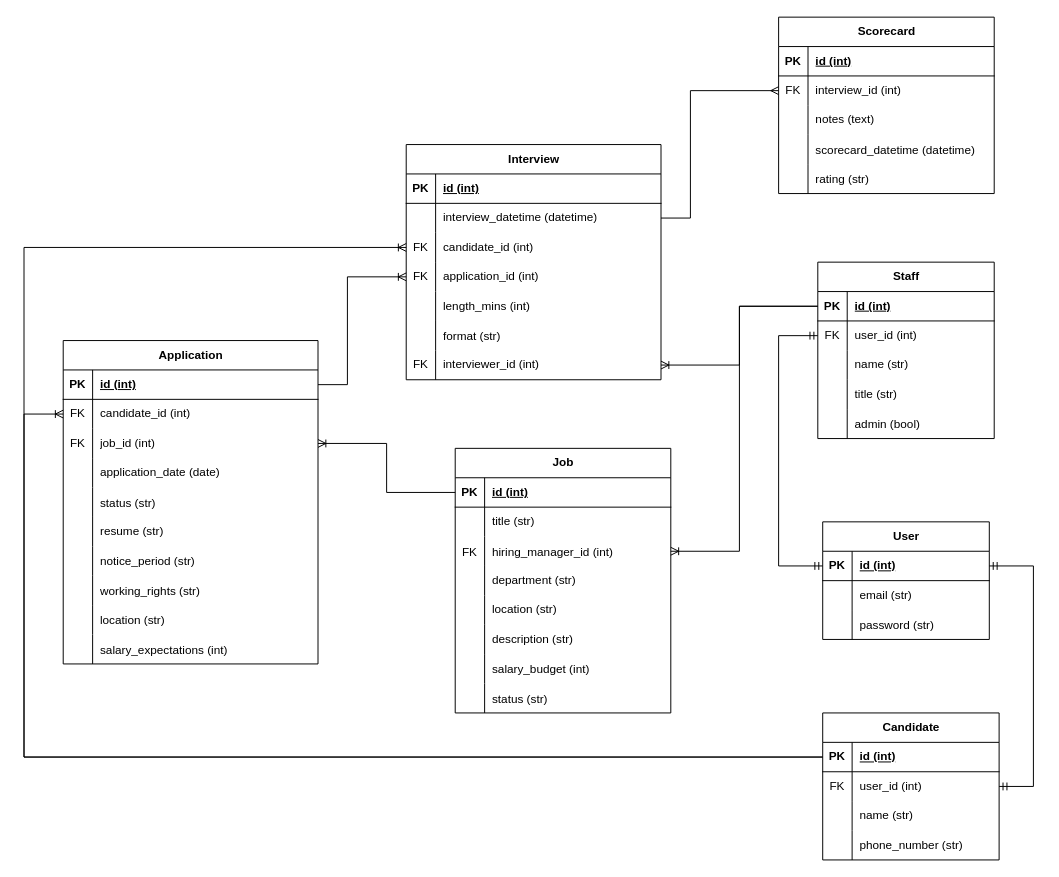
Before: docs/API Project ERD.drawio in katielock92/CA-T2A2, a draw.io diagram. Source tidied: cells renumbered, new cells numbered last; positions are measured from the earlier drawing's top-left corner, leaving out a move shared by most shapes. Both pictures are drawn from the tidied source at 98%, with x=0, y=0 at pixel (24, 17).
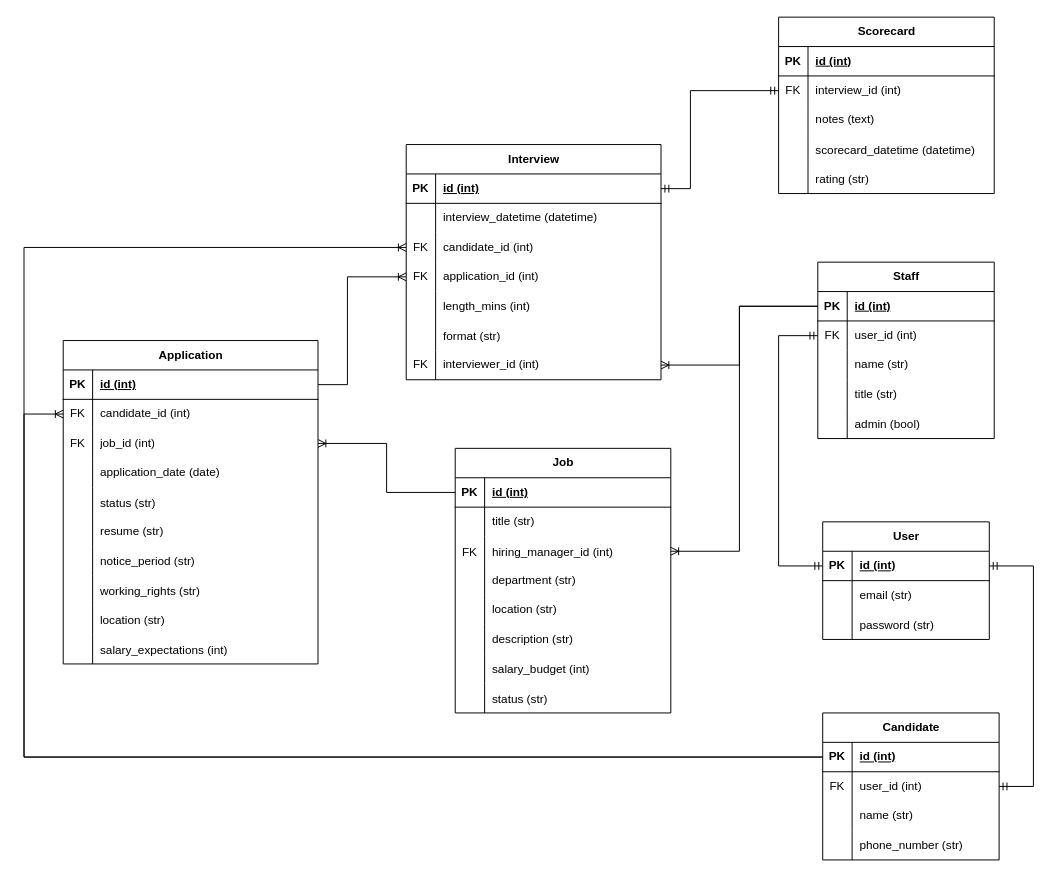
Above is the later version.

Unchanged cells that the change refers to:
```xml
<mxCell id="69" style="shape=tableRow;horizontal=0;startSize=0;swimlaneHead=0;swimlaneBody=0;fillColor=none;points=[[0,0.5],[1,0.5]];portConstraint=eastwest;top=0;left=0;right=0;bottom=1;" parent="68" vertex="1">
  <mxGeometry y="30" width="260" height="30" as="geometry" />
</mxCell>
<mxCell id="94" style="shape=tableRow;horizontal=0;startSize=0;swimlaneHead=0;swimlaneBody=0;fillColor=none;points=[[0,0.5],[1,0.5]];portConstraint=eastwest;top=0;left=0;right=0;bottom=0;" parent="90" vertex="1">
  <mxGeometry y="60" width="220" height="30" as="geometry" />
</mxCell>
```

The edit, as a diff of the source:
```diff
@@
-    <mxCell id="106" style="edgeStyle=orthogonalEdgeStyle;fontSize=12;html=1;endArrow=ERmany;startArrow=none;rounded=0;entryX=0;entryY=0.5;entryDx=0;entryDy=0;startFill=0;" parent="1" edge="1" target="94">
+    <mxCell id="106" style="edgeStyle=orthogonalEdgeStyle;fontSize=12;html=1;endArrow=ERmandOne;startArrow=ERmandOne;rounded=0;entryX=0;entryY=0.5;entryDx=0;entryDy=0;startFill=0;exitX=1;exitY=0.5;exitDx=0;exitDy=0;endFill=0;" parent="1" edge="1" source="69" target="94">
       <mxGeometry relative="1" as="geometry">
-        <mxPoint x="650" y="205" as="sourcePoint" />
         <Array as="points">
-          <mxPoint x="680" y="205" />
+          <mxPoint x="680" y="175" />
           <mxPoint x="680" y="75" />
         </Array>
       </mxGeometry>
     </mxCell>
```
